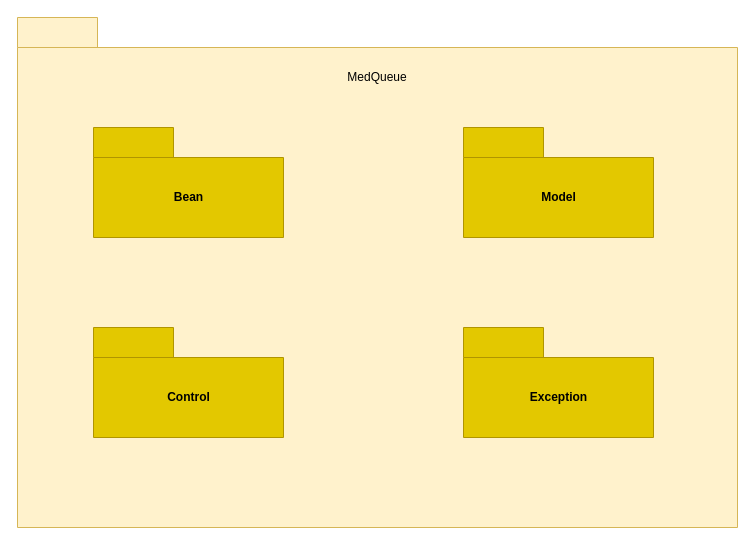
Above: Documenti/ODD/Packages/Pakages.drawio in Givaa/MedQueue (draw.io), before the change. Source tidied: cells renumbered, new cells numbered last; positions are measured from the earlier drawing's top-left corner, leaving out a move shared by most shapes. Both pictures are drawn from the tidied source at 100%, with x=0, y=0 at pixel (17, 17).
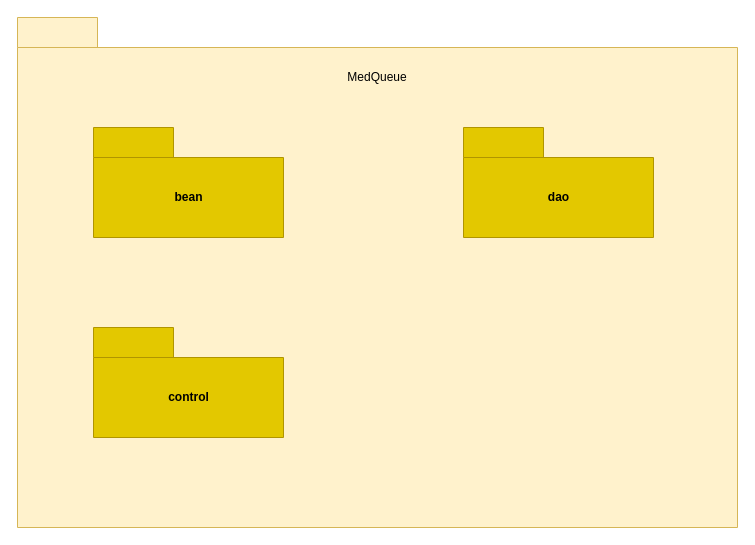
After the change.

Change to the diagram source:
```diff
@@
 <mxGraphModel>
   <root>
     <mxCell id="0" />
     <mxCell id="1" parent="0" />
     <mxCell id="2" style="shape=folder;fontStyle=0;tabWidth=80;tabHeight=30;tabPosition=left;html=1;boundedLbl=1;fillColor=#fff2cc;strokeColor=#d6b656;" parent="1" vertex="1">
       <mxGeometry width="720" height="510" as="geometry" />
     </mxCell>
-    <mxCell id="3" value="&lt;font color=&quot;#000000&quot;&gt;Bean&lt;/font&gt;" style="shape=folder;fontStyle=1;tabWidth=80;tabHeight=30;tabPosition=left;html=1;boundedLbl=1;fillColor=#e3c800;strokeColor=#B09500;fontColor=#ffffff;" parent="1" vertex="1">
+    <mxCell id="3" value="&lt;font color=&quot;#000000&quot;&gt;bean&lt;/font&gt;" style="shape=folder;fontStyle=1;tabWidth=80;tabHeight=30;tabPosition=left;html=1;boundedLbl=1;fillColor=#e3c800;strokeColor=#B09500;fontColor=#ffffff;" parent="1" vertex="1">
       <mxGeometry x="76" y="110" width="190" height="110" as="geometry" />
     </mxCell>
-    <mxCell id="4" value="&lt;font color=&quot;#000000&quot;&gt;Control&lt;/font&gt;" style="shape=folder;fontStyle=1;tabWidth=80;tabHeight=30;tabPosition=left;html=1;boundedLbl=1;fillColor=#e3c800;strokeColor=#B09500;fontColor=#ffffff;" parent="1" vertex="1">
+    <mxCell id="4" value="&lt;font color=&quot;#000000&quot;&gt;control&lt;/font&gt;" style="shape=folder;fontStyle=1;tabWidth=80;tabHeight=30;tabPosition=left;html=1;boundedLbl=1;fillColor=#e3c800;strokeColor=#B09500;fontColor=#ffffff;" parent="1" vertex="1">
       <mxGeometry x="76" y="310" width="190" height="110" as="geometry" />
     </mxCell>
-    <mxCell id="5" value="&lt;font color=&quot;#000000&quot;&gt;Model&lt;/font&gt;" style="shape=folder;fontStyle=1;tabWidth=80;tabHeight=30;tabPosition=left;html=1;boundedLbl=1;fillColor=#e3c800;strokeColor=#B09500;fontColor=#ffffff;" parent="1" vertex="1">
-      <mxGeometry x="446" y="110" width="190" height="110" as="geometry" />
-    </mxCell>
     <mxCell id="6" value="MedQueue" style="text;html=1;strokeColor=none;fillColor=none;align=center;verticalAlign=middle;whiteSpace=wrap;rounded=0;" parent="1" vertex="1">
       <mxGeometry x="340" y="50" width="40" height="20" as="geometry" />
     </mxCell>
-    <mxCell id="7" value="&lt;font color=&quot;#000000&quot;&gt;Exception&lt;/font&gt;" style="shape=folder;fontStyle=1;tabWidth=80;tabHeight=30;tabPosition=left;html=1;boundedLbl=1;fillColor=#e3c800;strokeColor=#B09500;fontColor=#ffffff;" parent="1" vertex="1">
-      <mxGeometry x="446" y="310" width="190" height="110" as="geometry" />
-    </mxCell>
+    <mxCell id="8" value="&lt;font color=&quot;#000000&quot;&gt;dao&lt;/font&gt;" style="shape=folder;fontStyle=1;tabWidth=80;tabHeight=30;tabPosition=left;html=1;boundedLbl=1;fillColor=#e3c800;strokeColor=#B09500;fontColor=#ffffff;" parent="1" vertex="1">
+      <mxGeometry x="446" y="110" width="190" height="110" as="geometry" />
+    </mxCell>
   </root>
 </mxGraphModel>
```
